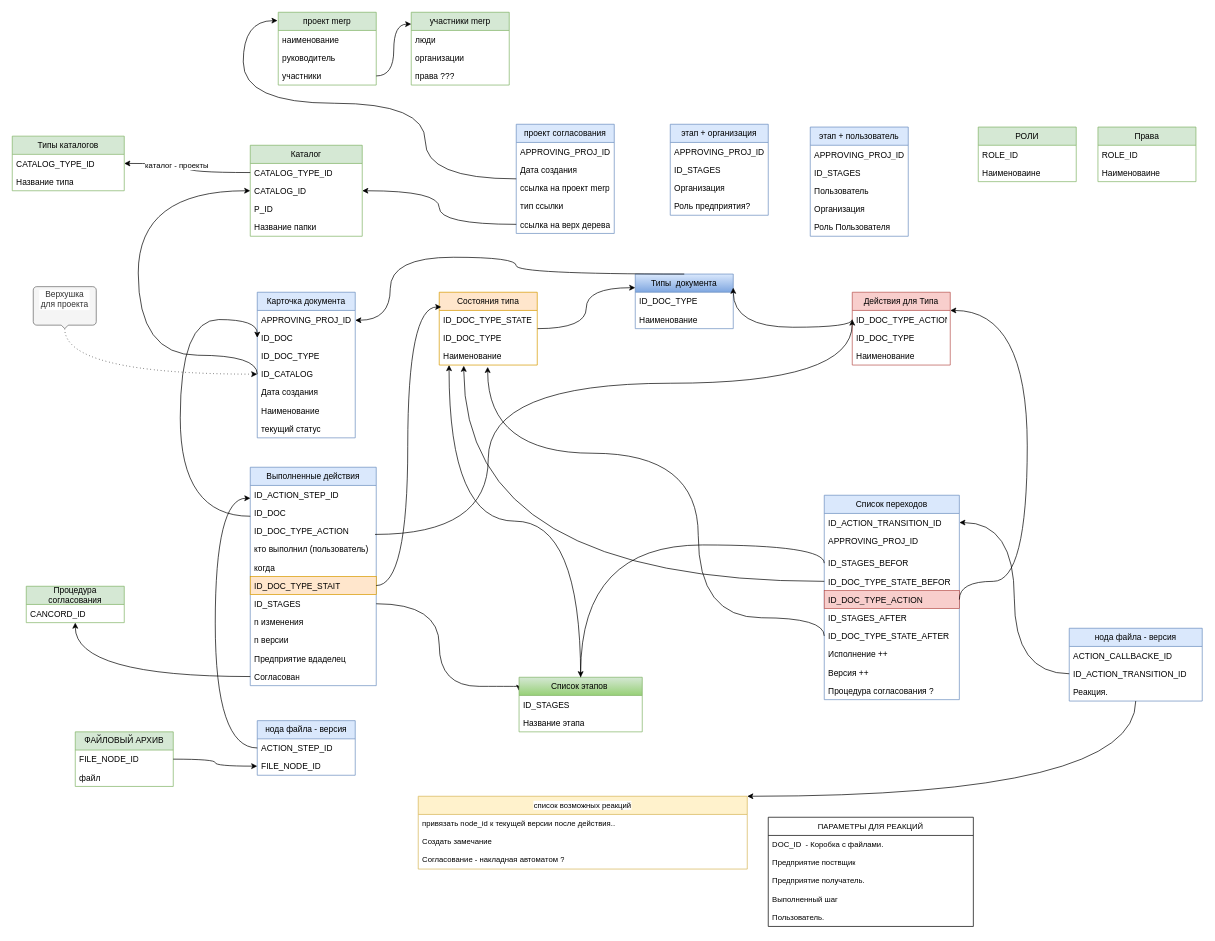
Before: сущность проектной документации.drawio in sashok74/diagrams, a draw.io diagram. Source tidied: cells renumbered, new cells numbered last; positions are measured from the earlier drawing's top-left corner, leaving out a move shared by most shapes. Both pictures are drawn from the tidied source at 70%, with x=0, y=0 at pixel (12, 12).
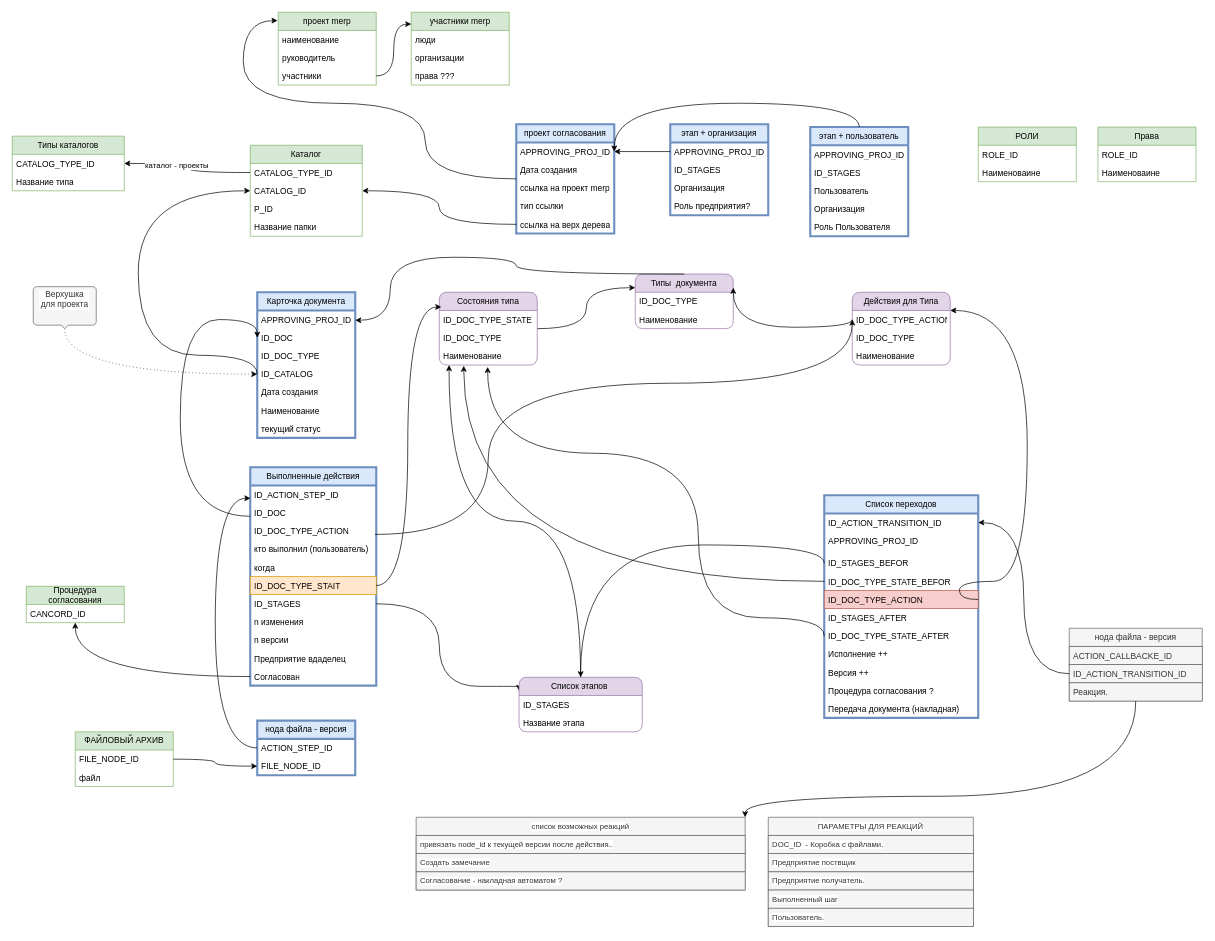
Above is the later version.

Unchanged cells that the change refers to:
```xml
<mxCell id="12" value="APPROVING_PROJ_ID" style="text;strokeColor=none;fillColor=none;align=left;verticalAlign=top;spacingLeft=4;spacingRight=4;overflow=hidden;points=[[0,0.5],[1,0.5]];portConstraint=eastwest;whiteSpace=wrap;html=1;" parent="11" vertex="1">
  <mxGeometry y="26" width="140" height="26" as="geometry" />
</mxCell>
<mxCell id="101" value="APPROVING_PROJ_ID" style="text;strokeColor=none;fillColor=none;align=left;verticalAlign=top;spacingLeft=4;spacingRight=4;overflow=hidden;points=[[0,0.5],[1,0.5]];portConstraint=eastwest;whiteSpace=wrap;html=1;" parent="100" vertex="1">
  <mxGeometry y="26" width="140" height="26" as="geometry" />
</mxCell>
```

What changed in the source:
```diff
@@
-    <mxCell id="11" value="проект согласования" style="swimlane;fontStyle=0;horizontal=1;startSize=26;fillColor=#dae8fc;whiteSpace=wrap;html=1;strokeColor=#6c8ebf;" parent="1" vertex="1">
+    <mxCell id="11" value="проект согласования" style="swimlane;fontStyle=0;horizontal=1;startSize=26;fillColor=#dae8fc;whiteSpace=wrap;html=1;strokeColor=#6c8ebf;strokeWidth=3;" parent="1" vertex="1">
       <mxGeometry x="720" y="160" width="140" height="156" as="geometry" />
     </mxCell>
@@
-    <mxCell id="24" value="Карточка документа" style="swimlane;fontStyle=0;horizontal=1;startSize=26;fillColor=#dae8fc;whiteSpace=wrap;html=1;strokeColor=#6c8ebf;" parent="1" vertex="1">
+    <mxCell id="24" value="Карточка документа" style="swimlane;fontStyle=0;horizontal=1;startSize=26;fillColor=#dae8fc;whiteSpace=wrap;html=1;strokeColor=#6c8ebf;rounded=0;shadow=0;glass=0;strokeWidth=3;" parent="1" vertex="1">
       <mxGeometry x="350" y="400" width="140" height="208" as="geometry" />
     </mxCell>
@@
-    <mxCell id="32" value="Типы&amp;nbsp; документа" style="swimlane;fontStyle=0;horizontal=1;startSize=26;fillColor=#dae8fc;whiteSpace=wrap;html=1;strokeColor=#6c8ebf;gradientColor=#7ea6e0;" parent="1" vertex="1">
+    <mxCell id="32" value="Типы&amp;nbsp; документа" style="swimlane;fontStyle=0;horizontal=1;startSize=26;fillColor=#e1d5e7;whiteSpace=wrap;html=1;strokeColor=#9673a6;rounded=1;" parent="1" vertex="1">
       <mxGeometry x="890" y="374" width="140" height="78" as="geometry" />
     </mxCell>
@@
-    <mxCell id="35" value="Действия для Типа" style="swimlane;fontStyle=0;horizontal=1;startSize=26;fillColor=#f8cecc;whiteSpace=wrap;html=1;strokeColor=#b85450;" parent="1" vertex="1">
+    <mxCell id="35" value="Действия для Типа" style="swimlane;fontStyle=0;horizontal=1;startSize=26;fillColor=#e1d5e7;whiteSpace=wrap;html=1;strokeColor=#9673a6;rounded=1;" parent="1" vertex="1">
       <mxGeometry x="1200" y="400" width="140" height="104" as="geometry" />
     </mxCell>
@@
-    <mxCell id="41" value="список возможных реакций" style="swimlane;fontStyle=0;horizontal=1;startSize=26;fillColor=#fff2cc;whiteSpace=wrap;html=1;fontFamily=Helvetica;fontSize=11;labelBackgroundColor=default;strokeColor=#d6b656;" parent="1" vertex="1">
-      <mxGeometry x="580" y="1120" width="470" height="104" as="geometry" />
+    <mxCell id="41" value="список возможных реакций" style="swimlane;fontStyle=0;horizontal=1;startSize=26;fillColor=#f5f5f5;whiteSpace=wrap;html=1;fontFamily=Helvetica;fontSize=11;labelBackgroundColor=default;strokeColor=#666666;fontColor=#333333;" parent="1" vertex="1">
+      <mxGeometry x="577" y="1150" width="470" height="104" as="geometry" />
     </mxCell>
-    <mxCell id="42" value="привязать node_id к текущей версии после действия.." style="text;strokeColor=none;fillColor=none;align=left;verticalAlign=top;spacingLeft=4;spacingRight=4;overflow=hidden;whiteSpace=wrap;html=1;fontFamily=Helvetica;fontSize=11;fontColor=default;labelBackgroundColor=default;" parent="41" vertex="1">
+    <mxCell id="42" value="привязать node_id к текущей версии после действия.." style="text;strokeColor=#666666;fillColor=#f5f5f5;align=left;verticalAlign=top;spacingLeft=4;spacingRight=4;overflow=hidden;whiteSpace=wrap;html=1;fontFamily=Helvetica;fontSize=11;fontColor=#333333;labelBackgroundColor=default;" parent="41" vertex="1">
       <mxGeometry y="26" width="470" height="26" as="geometry" />
     </mxCell>
-    <mxCell id="43" value="Создать замечание" style="text;strokeColor=none;fillColor=none;align=left;verticalAlign=top;spacingLeft=4;spacingRight=4;overflow=hidden;whiteSpace=wrap;html=1;fontFamily=Helvetica;fontSize=11;fontColor=default;labelBackgroundColor=default;" parent="41" vertex="1">
+    <mxCell id="43" value="Создать замечание" style="text;strokeColor=#666666;fillColor=#f5f5f5;align=left;verticalAlign=top;spacingLeft=4;spacingRight=4;overflow=hidden;whiteSpace=wrap;html=1;fontFamily=Helvetica;fontSize=11;fontColor=#333333;labelBackgroundColor=default;" parent="41" vertex="1">
       <mxGeometry y="52" width="470" height="26" as="geometry" />
     </mxCell>
-    <mxCell id="44" value="Согласование - накладная автоматом ?" style="text;strokeColor=none;fillColor=none;align=left;verticalAlign=top;spacingLeft=4;spacingRight=4;overflow=hidden;whiteSpace=wrap;html=1;fontFamily=Helvetica;fontSize=11;fontColor=default;labelBackgroundColor=default;" parent="41" vertex="1">
+    <mxCell id="44" value="Согласование - накладная автоматом ?" style="text;strokeColor=#666666;fillColor=#f5f5f5;align=left;verticalAlign=top;spacingLeft=4;spacingRight=4;overflow=hidden;whiteSpace=wrap;html=1;fontFamily=Helvetica;fontSize=11;fontColor=#333333;labelBackgroundColor=default;" parent="41" vertex="1">
       <mxGeometry y="78" width="470" height="26" as="geometry" />
     </mxCell>
-    <mxCell id="45" value="Выполненные действия" style="swimlane;fontStyle=0;horizontal=1;startSize=26;fillColor=#dae8fc;whiteSpace=wrap;html=1;strokeColor=#6c8ebf;" parent="1" vertex="1">
+    <mxCell id="45" value="Выполненные действия" style="swimlane;fontStyle=0;horizontal=1;startSize=26;fillColor=#dae8fc;whiteSpace=wrap;html=1;strokeColor=#6c8ebf;strokeWidth=3;" parent="1" vertex="1">
       <mxGeometry x="340" y="650" width="180" height="312" as="geometry" />
     </mxCell>
@@
-    <mxCell id="59" value="&lt;div&gt;Состояния типа&lt;/div&gt;" style="swimlane;fontStyle=0;horizontal=1;startSize=26;fillColor=#ffe6cc;whiteSpace=wrap;html=1;strokeColor=#d79b00;" parent="1" vertex="1">
+    <mxCell id="59" value="&lt;div&gt;Состояния типа&lt;/div&gt;" style="swimlane;fontStyle=0;horizontal=1;startSize=26;fillColor=#e1d5e7;whiteSpace=wrap;html=1;strokeColor=#9673a6;rounded=1;" parent="1" vertex="1">
       <mxGeometry x="610" y="400" width="140" height="104" as="geometry" />
     </mxCell>
@@
-    <mxCell id="66" value="Список переходов" style="swimlane;fontStyle=0;horizontal=1;startSize=26;fillColor=#dae8fc;whiteSpace=wrap;html=1;strokeColor=#6c8ebf;" parent="1" vertex="1">
-      <mxGeometry x="1160" y="690" width="193" height="292" as="geometry" />
+    <mxCell id="66" value="Список переходов" style="swimlane;fontStyle=0;horizontal=1;startSize=26;fillColor=#dae8fc;whiteSpace=wrap;html=1;strokeColor=#6c8ebf;strokeWidth=3;" parent="1" vertex="1">
+      <mxGeometry x="1160" y="690" width="220" height="318" as="geometry" />
     </mxCell>
     <mxCell id="67" value="&lt;div&gt;ID_ACTION_TRANSITION_ID&lt;/div&gt;&lt;div&gt;&lt;br&gt;&lt;/div&gt;&lt;div&gt;&lt;br&gt;&lt;br&gt;&lt;/div&gt;" style="text;strokeColor=none;fillColor=none;align=left;verticalAlign=top;spacingLeft=4;spacingRight=4;overflow=hidden;points=[[0,0.5],[1,0.5]];portConstraint=eastwest;whiteSpace=wrap;html=1;" parent="66" vertex="1">
-      <mxGeometry y="26" width="193" height="26" as="geometry" />
+      <mxGeometry y="26" width="220" height="26" as="geometry" />
     </mxCell>
     <mxCell id="68" value="APPROVING_PROJ_ID" style="text;strokeColor=none;fillColor=none;align=left;verticalAlign=top;spacingLeft=4;spacingRight=4;overflow=hidden;whiteSpace=wrap;html=1;" parent="66" vertex="1">
-      <mxGeometry y="52" width="193" height="32" as="geometry" />
+      <mxGeometry y="52" width="220" height="32" as="geometry" />
     </mxCell>
     <mxCell id="69" value="ID_&lt;span style=&quot;white-space: pre-wrap;&quot;&gt;&lt;/span&gt;&lt;span style=&quot;white-space: pre-wrap;&quot; class=&quot;aNeGP0gI0B9AV8JaHPyH&quot;&gt;STAGES_BEFOR&lt;/span&gt;" style="text;align=left;verticalAlign=top;spacingLeft=4;spacingRight=4;overflow=hidden;points=[[0,0.5],[1,0.5]];portConstraint=eastwest;whiteSpace=wrap;html=1;" parent="66" vertex="1">
-      <mxGeometry y="84" width="193" height="26" as="geometry" />
+      <mxGeometry y="84" width="220" height="26" as="geometry" />
     </mxCell>
     <mxCell id="70" value="&lt;div&gt;ID_DOC_TYPE_&lt;span style=&quot;white-space: pre-wrap;&quot;&gt;&lt;/span&gt;&lt;span style=&quot;white-space: pre-wrap;&quot; class=&quot;aNeGP0gI0B9AV8JaHPyH&quot;&gt;STATE_BEFOR&lt;/span&gt;&lt;/div&gt;&lt;div&gt;&lt;br&gt;&lt;br&gt;&lt;br&gt;&lt;/div&gt;" style="text;align=left;verticalAlign=top;spacingLeft=4;spacingRight=4;overflow=hidden;points=[[0,0.5],[1,0.5]];portConstraint=eastwest;whiteSpace=wrap;html=1;" parent="66" vertex="1">
-      <mxGeometry y="110" width="193" height="26" as="geometry" />
+      <mxGeometry y="110" width="220" height="26" as="geometry" />
     </mxCell>
     <mxCell id="71" value="ID_DOC_TYPE_ACTION" style="text;strokeColor=#b85450;fillColor=#f8cecc;align=left;verticalAlign=top;spacingLeft=4;spacingRight=4;overflow=hidden;points=[[0,0.5],[1,0.5]];portConstraint=eastwest;whiteSpace=wrap;html=1;" parent="66" vertex="1">
-      <mxGeometry y="136" width="193" height="26" as="geometry" />
+      <mxGeometry y="136" width="220" height="26" as="geometry" />
     </mxCell>
     <mxCell id="72" value="ID_&lt;span style=&quot;white-space: pre-wrap;&quot;&gt;&lt;/span&gt;&lt;span style=&quot;white-space: pre-wrap;&quot; class=&quot;aNeGP0gI0B9AV8JaHPyH&quot;&gt;STAGES_AFTER&lt;/span&gt;" style="text;align=left;verticalAlign=top;spacingLeft=4;spacingRight=4;overflow=hidden;whiteSpace=wrap;html=1;" parent="66" vertex="1">
-      <mxGeometry y="162" width="193" height="26" as="geometry" />
+      <mxGeometry y="162" width="220" height="26" as="geometry" />
     </mxCell>
     <mxCell id="73" value="&lt;div&gt;ID_DOC_TYPE_&lt;span style=&quot;white-space: pre-wrap;&quot;&gt;&lt;/span&gt;&lt;span style=&quot;white-space: pre-wrap;&quot; class=&quot;aNeGP0gI0B9AV8JaHPyH&quot;&gt;STATE_AFTER&lt;/span&gt;&lt;/div&gt;&lt;div&gt;&lt;br&gt;&lt;br&gt;&lt;br&gt;&lt;/div&gt;" style="text;align=left;verticalAlign=top;spacingLeft=4;spacingRight=4;overflow=hidden;points=[[0,0.5],[1,0.5]];portConstraint=eastwest;whiteSpace=wrap;html=1;" parent="66" vertex="1">
-      <mxGeometry y="188" width="193" height="26" as="geometry" />
+      <mxGeometry y="188" width="220" height="26" as="geometry" />
     </mxCell>
     <mxCell id="74" value="Исполнение ++" style="text;strokeColor=none;fillColor=none;align=left;verticalAlign=top;spacingLeft=4;spacingRight=4;overflow=hidden;whiteSpace=wrap;html=1;" parent="66" vertex="1">
-      <mxGeometry y="214" width="193" height="26" as="geometry" />
+      <mxGeometry y="214" width="220" height="26" as="geometry" />
     </mxCell>
     <mxCell id="75" value="Версия ++" style="text;strokeColor=none;fillColor=none;align=left;verticalAlign=top;spacingLeft=4;spacingRight=4;overflow=hidden;whiteSpace=wrap;html=1;" parent="66" vertex="1">
-      <mxGeometry y="240" width="193" height="26" as="geometry" />
+      <mxGeometry y="240" width="220" height="26" as="geometry" />
     </mxCell>
     <mxCell id="76" value="Процедура согласования ?" style="text;strokeColor=none;fillColor=none;align=left;verticalAlign=top;spacingLeft=4;spacingRight=4;overflow=hidden;whiteSpace=wrap;html=1;" parent="66" vertex="1">
-      <mxGeometry y="266" width="193" height="26" as="geometry" />
+      <mxGeometry y="266" width="220" height="26" as="geometry" />
     </mxCell>
+    <mxCell id="133" value="Передача документа (накладная)" style="text;strokeColor=none;fillColor=none;align=left;verticalAlign=top;spacingLeft=4;spacingRight=4;overflow=hidden;whiteSpace=wrap;html=1;" parent="66" vertex="1">
+      <mxGeometry y="292" width="220" height="26" as="geometry" />
+    </mxCell>
@@
-    <mxCell id="78" value="Список этапов&amp;nbsp;" style="swimlane;fontStyle=0;horizontal=1;startSize=26;fillColor=#d5e8d4;whiteSpace=wrap;html=1;strokeColor=#82b366;gradientColor=#97d077;" parent="1" vertex="1">
+    <mxCell id="78" value="Список этапов&amp;nbsp;" style="swimlane;fontStyle=0;horizontal=1;startSize=26;fillColor=#e1d5e7;whiteSpace=wrap;html=1;strokeColor=#9673a6;rounded=1;" parent="1" vertex="1">
       <mxGeometry x="724" y="950" width="176" height="78" as="geometry" />
     </mxCell>
@@
-    <mxCell id="85" value="нода файла - версия" style="swimlane;fontStyle=0;horizontal=1;startSize=26;fillColor=#dae8fc;whiteSpace=wrap;html=1;strokeColor=#6c8ebf;" parent="1" vertex="1">
+    <mxCell id="85" value="нода файла - версия" style="swimlane;fontStyle=0;horizontal=1;startSize=26;fillColor=#dae8fc;whiteSpace=wrap;html=1;strokeColor=#6c8ebf;strokeWidth=3;" parent="1" vertex="1">
       <mxGeometry x="350" y="1012" width="140" height="78" as="geometry" />
     </mxCell>
@@
-    <mxCell id="94" value="нода файла - версия" style="swimlane;fontStyle=0;horizontal=1;startSize=26;fillColor=#dae8fc;whiteSpace=wrap;html=1;strokeColor=#6c8ebf;" parent="1" vertex="1">
+    <mxCell id="94" value="нода файла - версия" style="swimlane;fontStyle=0;horizontal=1;startSize=26;fillColor=#f5f5f5;whiteSpace=wrap;html=1;strokeColor=#666666;fontColor=#333333;" parent="1" vertex="1">
       <mxGeometry x="1510" y="880" width="190" height="104" as="geometry" />
     </mxCell>
-    <mxCell id="95" value="&lt;div&gt;ACTION_CALLBACKE_ID&lt;/div&gt;&lt;div&gt;&lt;br&gt;&lt;/div&gt;&lt;div&gt;&lt;br&gt;&lt;br&gt;&lt;/div&gt;" style="text;strokeColor=none;fillColor=none;align=left;verticalAlign=top;spacingLeft=4;spacingRight=4;overflow=hidden;whiteSpace=wrap;html=1;" parent="94" vertex="1">
+    <mxCell id="95" value="&lt;div&gt;ACTION_CALLBACKE_ID&lt;/div&gt;&lt;div&gt;&lt;br&gt;&lt;/div&gt;&lt;div&gt;&lt;br&gt;&lt;br&gt;&lt;/div&gt;" style="text;strokeColor=#666666;fillColor=#f5f5f5;align=left;verticalAlign=top;spacingLeft=4;spacingRight=4;overflow=hidden;whiteSpace=wrap;html=1;fontColor=#333333;" parent="94" vertex="1">
       <mxGeometry y="26" width="190" height="26" as="geometry" />
     </mxCell>
-    <mxCell id="96" value="&lt;div&gt;ID_ACTION_TRANSITION_ID&lt;/div&gt;&lt;div&gt;&lt;br&gt;&lt;/div&gt;&lt;div&gt;&lt;br&gt;&lt;br&gt;&lt;/div&gt;" style="text;strokeColor=none;fillColor=none;align=left;verticalAlign=top;spacingLeft=4;spacingRight=4;overflow=hidden;points=[[0,0.5],[1,0.5]];portConstraint=eastwest;whiteSpace=wrap;html=1;" parent="94" vertex="1">
+    <mxCell id="96" value="&lt;div&gt;ID_ACTION_TRANSITION_ID&lt;/div&gt;&lt;div&gt;&lt;br&gt;&lt;/div&gt;&lt;div&gt;&lt;br&gt;&lt;br&gt;&lt;/div&gt;" style="text;strokeColor=#666666;fillColor=#f5f5f5;align=left;verticalAlign=top;spacingLeft=4;spacingRight=4;overflow=hidden;points=[[0,0.5],[1,0.5]];portConstraint=eastwest;whiteSpace=wrap;html=1;fontColor=#333333;" parent="94" vertex="1">
       <mxGeometry y="52" width="190" height="26" as="geometry" />
     </mxCell>
-    <mxCell id="97" value="Реакция." style="text;strokeColor=none;fillColor=none;align=left;verticalAlign=top;spacingLeft=4;spacingRight=4;overflow=hidden;points=[[0,0.5],[1,0.5]];portConstraint=eastwest;whiteSpace=wrap;html=1;" parent="94" vertex="1">
+    <mxCell id="97" value="Реакция." style="text;strokeColor=#666666;fillColor=#f5f5f5;align=left;verticalAlign=top;spacingLeft=4;spacingRight=4;overflow=hidden;points=[[0,0.5],[1,0.5]];portConstraint=eastwest;whiteSpace=wrap;html=1;fontColor=#333333;" parent="94" vertex="1">
       <mxGeometry y="78" width="190" height="26" as="geometry" />
     </mxCell>
@@
-    <mxCell id="100" value="этап + организация" style="swimlane;fontStyle=0;horizontal=1;startSize=26;fillColor=#dae8fc;whiteSpace=wrap;html=1;strokeColor=#6c8ebf;" parent="1" vertex="1">
+    <mxCell id="100" value="этап + организация" style="swimlane;fontStyle=0;horizontal=1;startSize=26;fillColor=#dae8fc;whiteSpace=wrap;html=1;strokeColor=#6c8ebf;strokeWidth=3;" parent="1" vertex="1">
       <mxGeometry x="940" y="160" width="140" height="130" as="geometry" />
     </mxCell>
@@
-    <mxCell id="105" value="этап + пользователь" style="swimlane;fontStyle=0;horizontal=1;startSize=26;fillColor=#dae8fc;whiteSpace=wrap;html=1;strokeColor=#6c8ebf;" parent="1" vertex="1">
+    <mxCell id="105" value="этап + пользователь" style="swimlane;fontStyle=0;horizontal=1;startSize=26;fillColor=#dae8fc;whiteSpace=wrap;html=1;strokeColor=#6c8ebf;strokeWidth=3;" parent="1" vertex="1">
       <mxGeometry x="1140" y="164" width="140" height="156" as="geometry" />
     </mxCell>
@@
-    <mxCell id="117" value="ПАРАМЕТРЫ ДЛЯ РЕАКЦИЙ" style="swimlane;fontStyle=0;horizontal=1;startSize=26;fillColor=none;whiteSpace=wrap;html=1;fontFamily=Helvetica;fontSize=11;fontColor=default;labelBackgroundColor=default;" parent="1" vertex="1">
+    <mxCell id="117" value="ПАРАМЕТРЫ ДЛЯ РЕАКЦИЙ" style="swimlane;fontStyle=0;horizontal=1;startSize=26;fillColor=#f5f5f5;whiteSpace=wrap;html=1;fontFamily=Helvetica;fontSize=11;fontColor=#333333;labelBackgroundColor=default;strokeColor=#666666;" parent="1" vertex="1">
       <mxGeometry x="1080" y="1150" width="293" height="156" as="geometry" />
     </mxCell>
-    <mxCell id="118" value="DOC_ID&amp;nbsp; - Коробка с файлами." style="text;strokeColor=none;fillColor=none;align=left;verticalAlign=top;spacingLeft=4;spacingRight=4;overflow=hidden;whiteSpace=wrap;html=1;fontFamily=Helvetica;fontSize=11;fontColor=default;labelBackgroundColor=default;" parent="117" vertex="1">
+    <mxCell id="118" value="DOC_ID&amp;nbsp; - Коробка с файлами." style="text;strokeColor=#666666;fillColor=#f5f5f5;align=left;verticalAlign=top;spacingLeft=4;spacingRight=4;overflow=hidden;whiteSpace=wrap;html=1;fontFamily=Helvetica;fontSize=11;fontColor=#333333;labelBackgroundColor=default;" parent="117" vertex="1">
       <mxGeometry y="26" width="293" height="26" as="geometry" />
     </mxCell>
-    <mxCell id="119" value="Предприятие поствщик" style="text;strokeColor=none;fillColor=none;align=left;verticalAlign=top;spacingLeft=4;spacingRight=4;overflow=hidden;whiteSpace=wrap;html=1;fontFamily=Helvetica;fontSize=11;fontColor=default;labelBackgroundColor=default;" parent="117" vertex="1">
+    <mxCell id="119" value="Предприятие поствщик" style="text;strokeColor=#666666;fillColor=#f5f5f5;align=left;verticalAlign=top;spacingLeft=4;spacingRight=4;overflow=hidden;whiteSpace=wrap;html=1;fontFamily=Helvetica;fontSize=11;fontColor=#333333;labelBackgroundColor=default;" parent="117" vertex="1">
       <mxGeometry y="52" width="293" height="26" as="geometry" />
     </mxCell>
-    <mxCell id="120" value="Предприятие получатель." style="text;strokeColor=none;fillColor=none;align=left;verticalAlign=top;spacingLeft=4;spacingRight=4;overflow=hidden;whiteSpace=wrap;html=1;fontFamily=Helvetica;fontSize=11;fontColor=default;labelBackgroundColor=default;" parent="117" vertex="1">
+    <mxCell id="120" value="Предприятие получатель." style="text;strokeColor=#666666;fillColor=#f5f5f5;align=left;verticalAlign=top;spacingLeft=4;spacingRight=4;overflow=hidden;whiteSpace=wrap;html=1;fontFamily=Helvetica;fontSize=11;fontColor=#333333;labelBackgroundColor=default;" parent="117" vertex="1">
       <mxGeometry y="78" width="293" height="26" as="geometry" />
     </mxCell>
-    <mxCell id="121" value="Выполненный шаг" style="text;strokeColor=none;fillColor=none;align=left;verticalAlign=top;spacingLeft=4;spacingRight=4;overflow=hidden;whiteSpace=wrap;html=1;fontFamily=Helvetica;fontSize=11;fontColor=default;labelBackgroundColor=default;" parent="117" vertex="1">
+    <mxCell id="121" value="Выполненный шаг" style="text;strokeColor=#666666;fillColor=#f5f5f5;align=left;verticalAlign=top;spacingLeft=4;spacingRight=4;overflow=hidden;whiteSpace=wrap;html=1;fontFamily=Helvetica;fontSize=11;fontColor=#333333;labelBackgroundColor=default;" parent="117" vertex="1">
       <mxGeometry y="104" width="293" height="26" as="geometry" />
     </mxCell>
-    <mxCell id="122" value="Пользователь." style="text;strokeColor=none;fillColor=none;align=left;verticalAlign=top;spacingLeft=4;spacingRight=4;overflow=hidden;whiteSpace=wrap;html=1;fontFamily=Helvetica;fontSize=11;fontColor=default;labelBackgroundColor=default;" parent="117" vertex="1">
+    <mxCell id="122" value="Пользователь." style="text;strokeColor=#666666;fillColor=#f5f5f5;align=left;verticalAlign=top;spacingLeft=4;spacingRight=4;overflow=hidden;whiteSpace=wrap;html=1;fontFamily=Helvetica;fontSize=11;fontColor=#333333;labelBackgroundColor=default;" parent="117" vertex="1">
       <mxGeometry y="130" width="293" height="26" as="geometry" />
     </mxCell>
@@
+    <mxCell id="134" style="edgeStyle=orthogonalEdgeStyle;rounded=0;jettySize=auto;html=1;entryX=1;entryY=0.5;entryDx=0;entryDy=0;" parent="1" edge="1" source="101" target="12">
+      <mxGeometry relative="1" as="geometry" />
+    </mxCell>
+    <mxCell id="135" style="edgeStyle=orthogonalEdgeStyle;shape=connector;curved=1;rounded=0;jettySize=auto;html=1;entryX=1;entryY=0.5;entryDx=0;entryDy=0;strokeColor=default;align=center;verticalAlign=middle;fontFamily=Helvetica;fontSize=11;fontColor=default;labelBackgroundColor=default;endArrow=classic;exitX=0.5;exitY=0;exitDx=0;exitDy=0;" parent="1" edge="1" source="105" target="12">
+      <mxGeometry relative="1" as="geometry">
+        <Array as="points">
+          <mxPoint x="1210" y="130" />
+          <mxPoint x="860" y="130" />
+        </Array>
+      </mxGeometry>
+    </mxCell>
```
